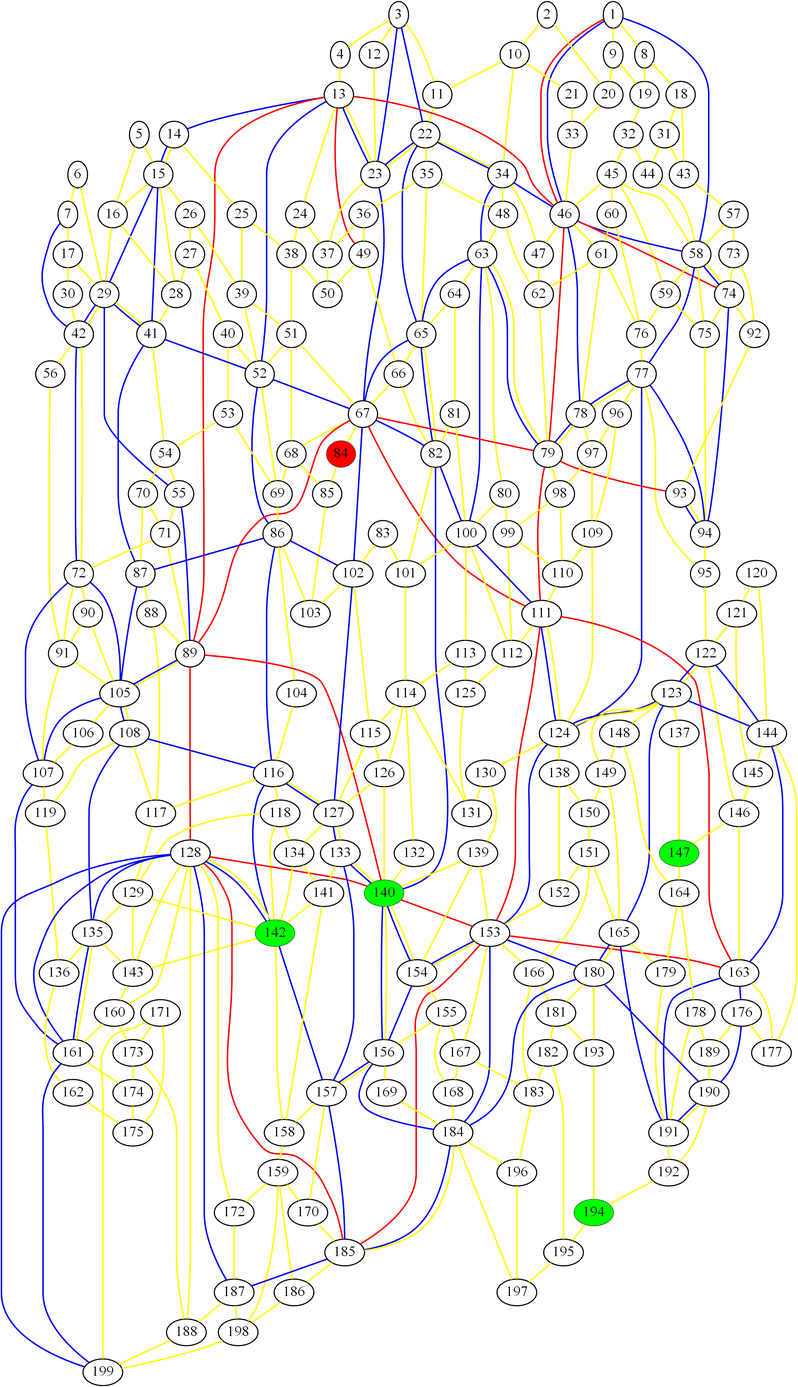
Before: graph_13.png, a diagram exported from Graphviz (ed-churchill/complex-systems-project). Its source is kept beside it as graph_13.gv.
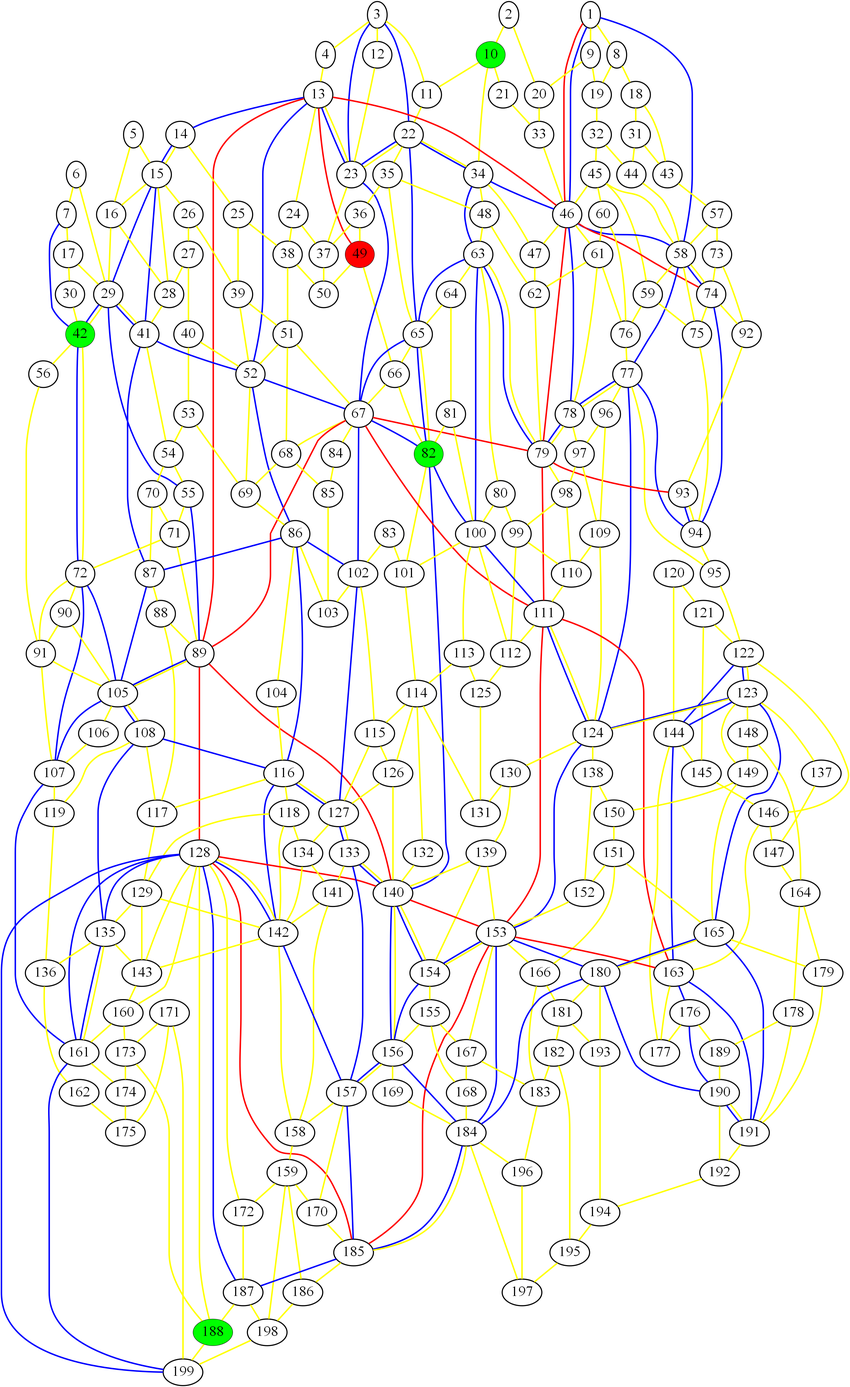
Later version of the same file.

Change to the diagram source:
```diff
@@ -1,9 +1,9 @@
 graph london_graph {
-84 [fillcolor=red, fontsize=40, pendwidth=3, style=filled];
-142 [fillcolor=green, fontsize=40, pendwidth=3, style=filled];
-147 [fillcolor=green, fontsize=40, pendwidth=3, style=filled];
-194 [fillcolor=green, fontsize=40, pendwidth=3, style=filled];
-140 [fillcolor=green, fontsize=40, pendwidth=3, style=filled];
+49 [fillcolor=red, fontsize=40, pendwidth=3, style=filled];
+42 [fillcolor=green, fontsize=40, pendwidth=3, style=filled];
+10 [fillcolor=green, fontsize=40, pendwidth=3, style=filled];
+188 [fillcolor=green, fontsize=40, pendwidth=3, style=filled];
+82 [fillcolor=green, fontsize=40, pendwidth=3, style=filled];
 1 [fontsize=40, penwidth=3];
 2 [fontsize=40, penwidth=3];
 3 [fontsize=40, penwidth=3];
@@ -13,7 +13,6 @@
 7 [fontsize=40, penwidth=3];
 8 [fontsize=40, penwidth=3];
 9 [fontsize=40, penwidth=3];
-10 [fontsize=40, penwidth=3];
 11 [fontsize=40, penwidth=3];
 12 [fontsize=40, penwidth=3];
 13 [fontsize=40, penwidth=3];
@@ -45,14 +44,12 @@
 39 [fontsize=40, penwidth=3];
 40 [fontsize=40, penwidth=3];
 41 [fontsize=40, penwidth=3];
-42 [fontsize=40, penwidth=3];
 43 [fontsize=40, penwidth=3];
 44 [fontsize=40, penwidth=3];
 45 [fontsize=40, penwidth=3];
 46 [fontsize=40, penwidth=3];
 47 [fontsize=40, penwidth=3];
 48 [fontsize=40, penwidth=3];
-49 [fontsize=40, penwidth=3];
 50 [fontsize=40, penwidth=3];
 51 [fontsize=40, penwidth=3];
 52 [fontsize=40, penwidth=3];
@@ -85,8 +82,8 @@
 79 [fontsize=40, penwidth=3];
 80 [fontsize=40, penwidth=3];
 81 [fontsize=40, penwidth=3];
-82 [fontsize=40, penwidth=3];
 83 [fontsize=40, penwidth=3];
+84 [fontsize=40, penwidth=3];
 85 [fontsize=40, penwidth=3];
 86 [fontsize=40, penwidth=3];
 87 [fontsize=40, penwidth=3];
@@ -142,11 +139,14 @@
 137 [fontsize=40, penwidth=3];
 138 [fontsize=40, penwidth=3];
 139 [fontsize=40, penwidth=3];
+140 [fontsize=40, penwidth=3];
 141 [fontsize=40, penwidth=3];
+142 [fontsize=40, penwidth=3];
 143 [fontsize=40, penwidth=3];
 144 [fontsize=40, penwidth=3];
 145 [fontsize=40, penwidth=3];
 146 [fontsize=40, penwidth=3];
+147 [fontsize=40, penwidth=3];
 148 [fontsize=40, penwidth=3];
 149 [fontsize=40, penwidth=3];
 150 [fontsize=40, penwidth=3];
@@ -187,12 +187,12 @@
 185 [fontsize=40, penwidth=3];
 186 [fontsize=40, penwidth=3];
 187 [fontsize=40, penwidth=3];
-188 [fontsize=40, penwidth=3];
 189 [fontsize=40, penwidth=3];
 190 [fontsize=40, penwidth=3];
 191 [fontsize=40, penwidth=3];
 192 [fontsize=40, penwidth=3];
 193 [fontsize=40, penwidth=3];
+194 [fontsize=40, penwidth=3];
 195 [fontsize=40, penwidth=3];
 196 [fontsize=40, penwidth=3];
 197 [fontsize=40, penwidth=3];
```
